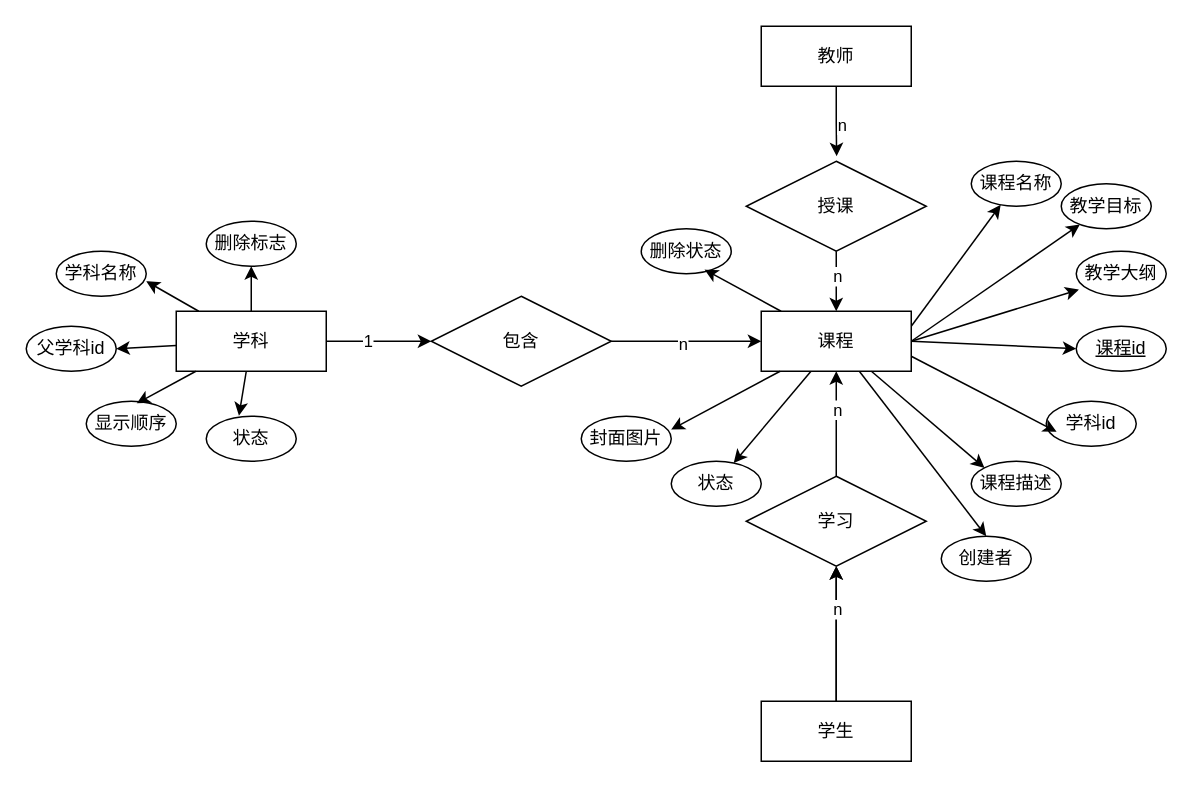
This is 课程管理模块er.drawio from ytrLove/text_repo, a draw.io file, before an edit. Source tidied: cells renumbered, new cells numbered last; positions are measured from the earlier drawing's top-left corner, leaving out a move shared by most shapes. Both pictures are drawn from the tidied source at 150%, with x=0, y=0 at pixel (26, 26).
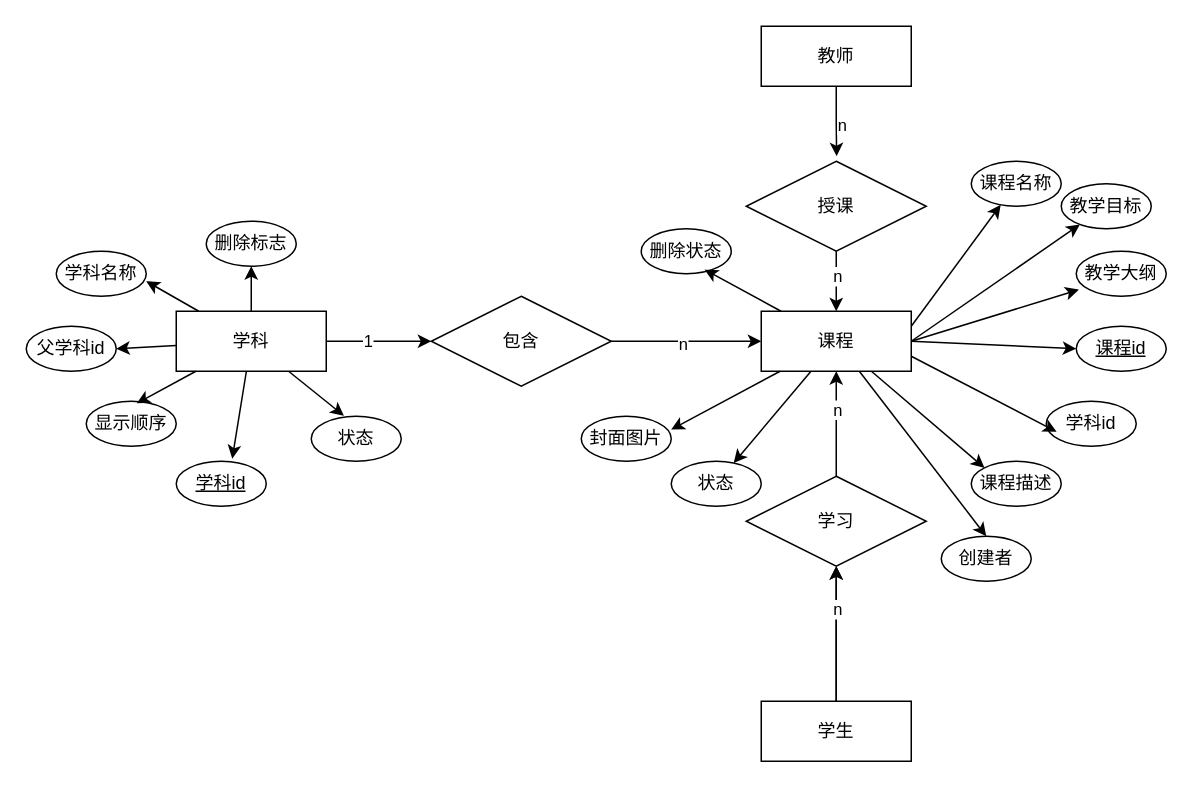
Above is the later version.

Commit message (it also covers changes not shown here):
更新课程管理模块er.drawio

The change refers to these unchanged cells:
```xml
<mxCell id="6" value="学科" style="whiteSpace=wrap;html=1;align=center;" parent="1" vertex="1">
  <mxGeometry x="100" y="190" width="100" height="40" as="geometry" />
</mxCell>
```

Change to the diagram source:
```diff
@@
     <mxCell id="36" value="状态" style="ellipse;whiteSpace=wrap;html=1;align=center;" parent="1" vertex="1">
-      <mxGeometry x="120" y="260" width="60" height="30" as="geometry" />
+      <mxGeometry x="190" y="260" width="60" height="30" as="geometry" />
     </mxCell>
@@
+    <mxCell id="53" value="学科id" style="ellipse;whiteSpace=wrap;html=1;align=center;fontStyle=4;" parent="1" vertex="1">
+      <mxGeometry x="100" y="290" width="60" height="30" as="geometry" />
+    </mxCell>
+    <mxCell id="54" style="edgeStyle=none;rounded=0;jettySize=auto;html=1;entryX=0.622;entryY=-0.058;entryDx=0;entryDy=0;entryPerimeter=0;" parent="1" edge="1" source="6" target="53">
+      <mxGeometry relative="1" as="geometry" />
+    </mxCell>
```
